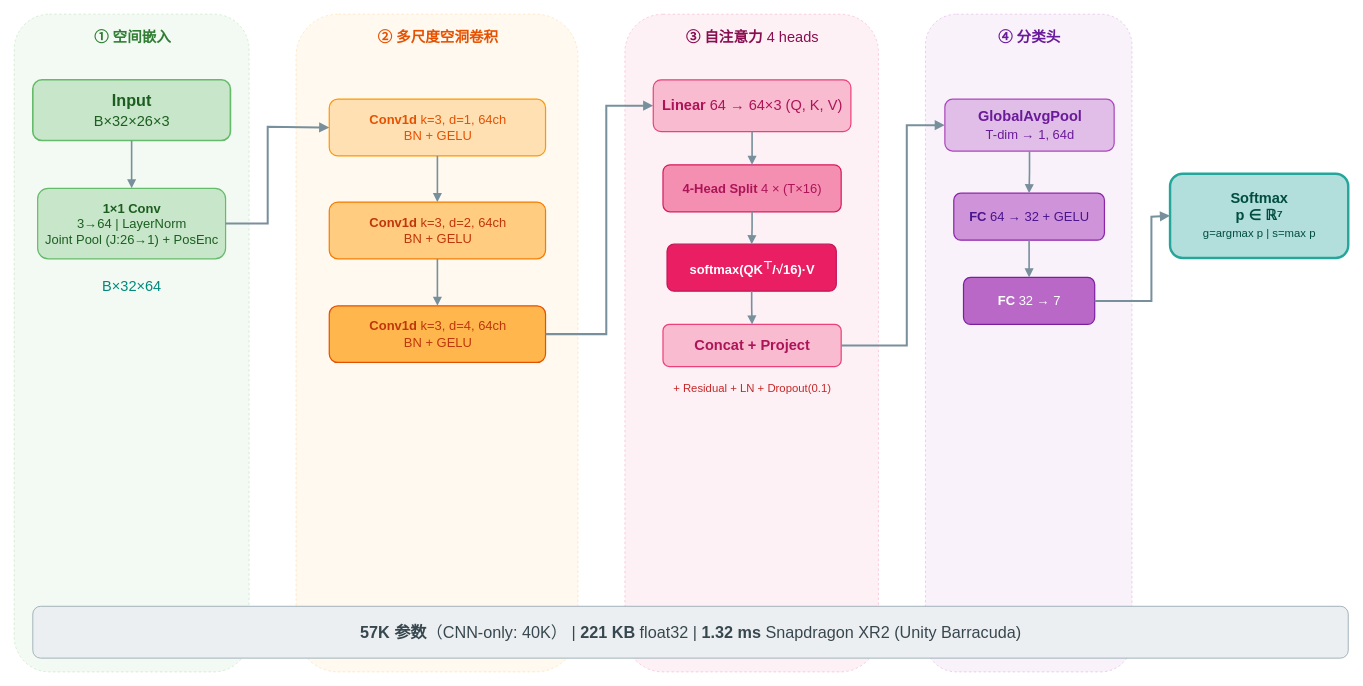
MmdArchimedes/zjuthesis-thesis keeps this draw.io diagram as figure/dbew_nn_architecture.drawio. Above is the earlier version. Source tidied: cells renumbered, new cells numbered last; positions are measured from the earlier drawing's top-left corner, leaving out a move shared by most shapes. Both pictures are drawn from the tidied source at 81%, with x=0, y=0 at pixel (14, 14).
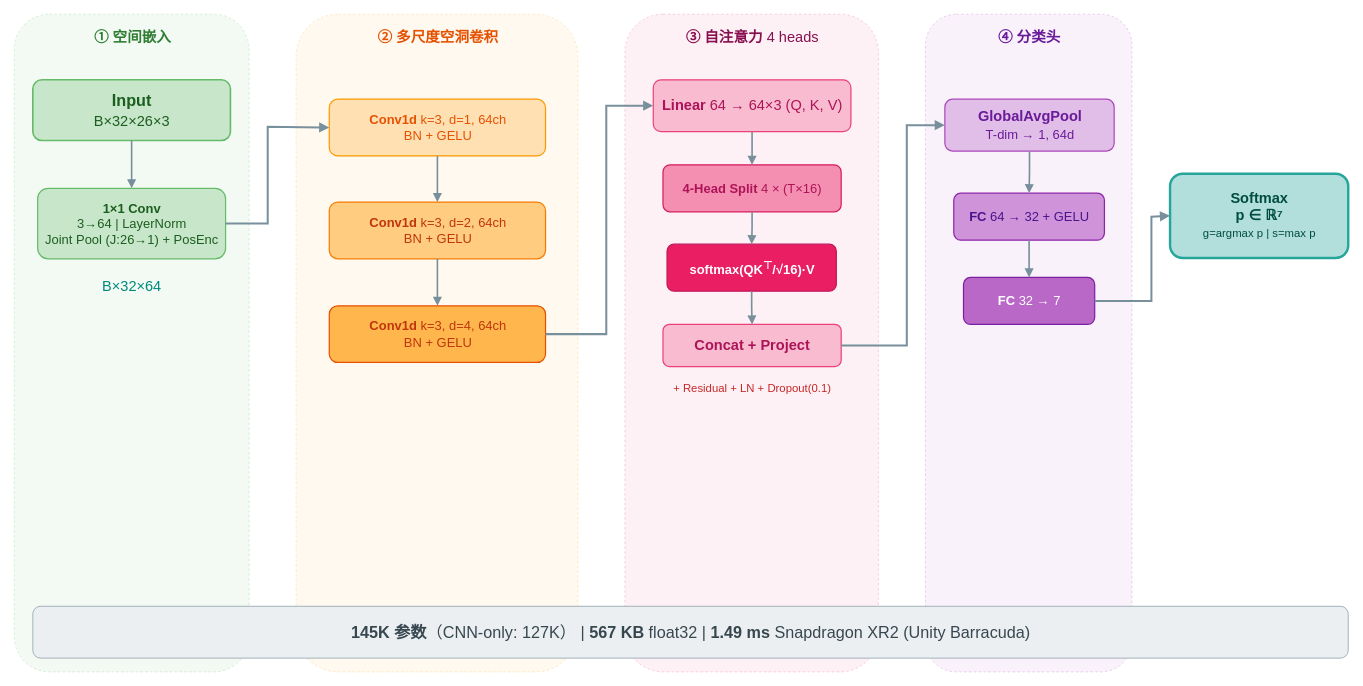
The same diagram, later.

What changed in the source:
```diff
@@
-    <mxCell id="52" value="&lt;b&gt;57K 参数&lt;/b&gt;（CNN-only: 40K） | &lt;b&gt;221 KB&lt;/b&gt; float32 | &lt;b&gt;1.32 ms&lt;/b&gt; Snapdragon XR2 (Unity Barracuda)" style="text;html=1;align=center;verticalAlign=middle;fontSize=20;fontColor=#37474F;" parent="1" vertex="1">
+    <mxCell id="52" value="&lt;b&gt;145K 参数&lt;/b&gt;（CNN-only: 127K） | &lt;b&gt;567 KB&lt;/b&gt; float32 | &lt;b&gt;1.49 ms&lt;/b&gt; Snapdragon XR2 (Unity Barracuda)" style="text;html=1;align=center;verticalAlign=middle;fontSize=20;fontColor=#37474F;" parent="1" vertex="1">
       <mxGeometry x="23" y="731" width="1624" height="64" as="geometry" />
     </mxCell>
```
